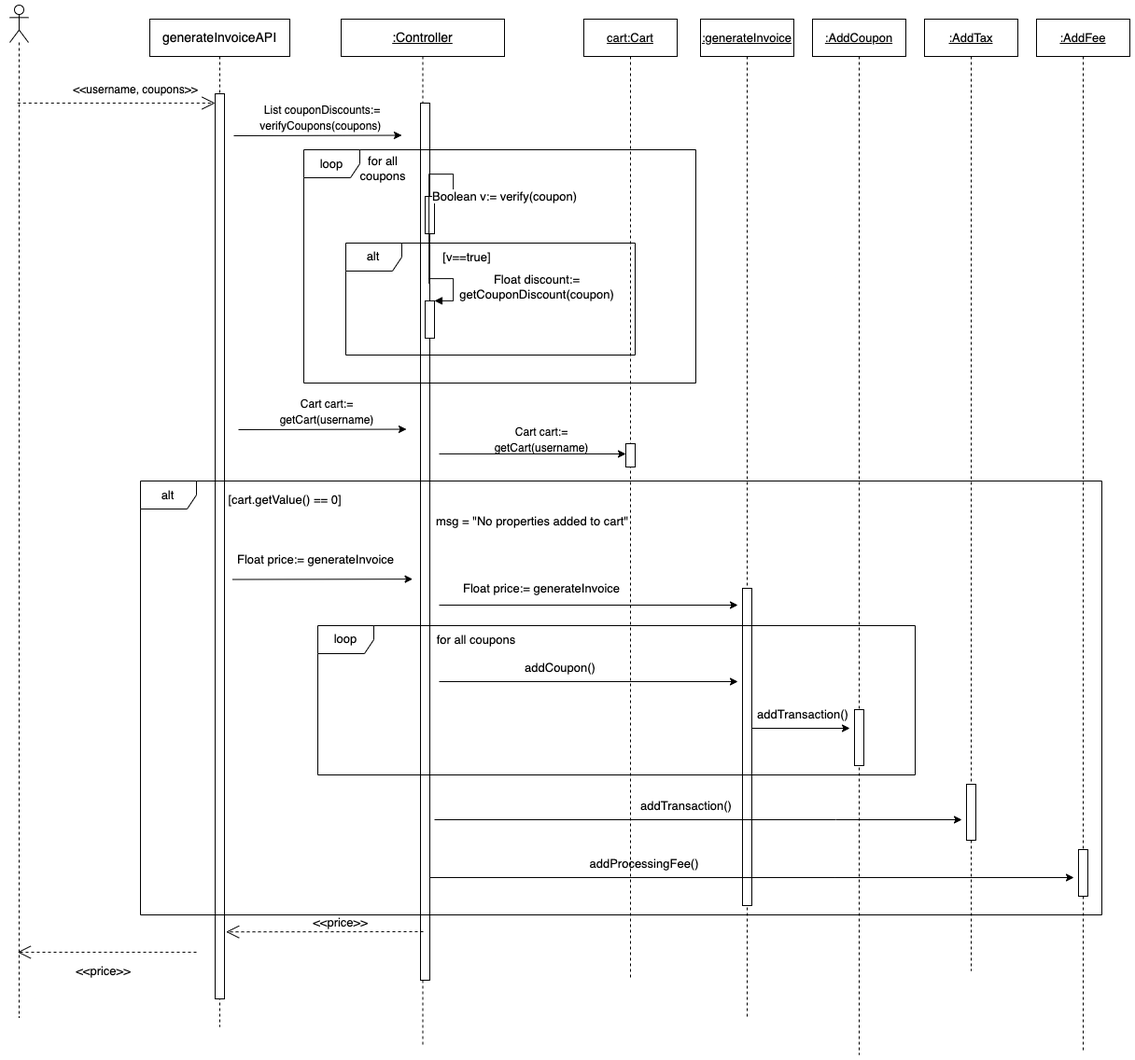
The draw.io diagram Sequence diagrams/10. Generate Invoice.png in pritika292/House-Rental-System, before a commit. Source tidied: cells renumbered, new cells last; positions are measured from the earlier drawing's top-left corner, leaving out a move shared by most shapes.
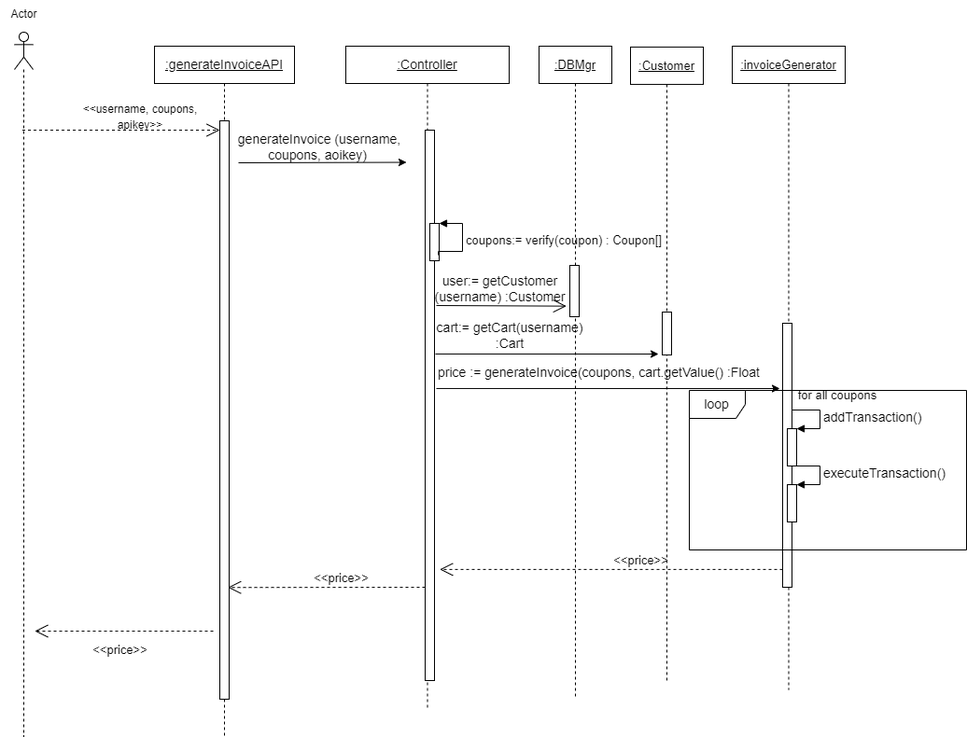
Later version of the same file.

The edit, as a diff of the source:
```diff
@@ -5,15 +5,15 @@
     <mxCell id="2" style="shape=umlLifeline;participant=umlActor;perimeter=lifelinePerimeter;whiteSpace=wrap;html=1;verticalAlign=top;spacingTop=36;outlineConnect=0;fontSize=14;" parent="1" vertex="1">
-      <mxGeometry width="20" height="1085" as="geometry" />
+      <mxGeometry width="20" height="755" as="geometry" />
     </mxCell>
-    <mxCell id="3" value="generateInvoiceAPI" style="shape=umlLifeline;perimeter=lifelinePerimeter;whiteSpace=wrap;html=1;fontSize=14;" parent="1" vertex="1">
-      <mxGeometry x="150" y="15" width="150" height="1080" as="geometry" />
+    <mxCell id="3" value="&lt;u&gt;:generateInvoiceAPI&lt;/u&gt;" style="shape=umlLifeline;perimeter=lifelinePerimeter;whiteSpace=wrap;html=1;fontSize=14;" parent="1" vertex="1">
+      <mxGeometry x="150" y="15" width="150" height="740" as="geometry" />
     </mxCell>
     <mxCell id="4" style="html=1;points=[];perimeter=orthogonalPerimeter;fontSize=14;" parent="3" vertex="1">
-      <mxGeometry x="70" y="80" width="10" height="970" as="geometry" />
+      <mxGeometry x="70" y="80" width="10" height="620" as="geometry" />
     </mxCell>
     <mxCell id="5" value="&lt;u&gt;:Controller&lt;/u&gt;" style="shape=umlLifeline;perimeter=lifelinePerimeter;whiteSpace=wrap;html=1;fontSize=14;" parent="1" vertex="1">
-      <mxGeometry x="355" y="15" width="175" height="1100" as="geometry" />
+      <mxGeometry x="355" y="15" width="175" height="710" as="geometry" />
     </mxCell>
     <mxCell id="6" style="html=1;points=[];perimeter=orthogonalPerimeter;fontFamily=Helvetica;fontSize=12;fontColor=default;align=center;strokeColor=default;fillColor=default;" parent="5" vertex="1">
-      <mxGeometry x="85" y="90" width="10" height="940" as="geometry" />
+      <mxGeometry x="85" y="90" width="10" height="590" as="geometry" />
     </mxCell>
@@ -22,7 +22,8 @@
     </mxCell>
-    <mxCell id="8" value="Boolean v:= verify(coupon)" style="edgeStyle=orthogonalEdgeStyle;html=1;align=left;spacingLeft=2;endArrow=block;rounded=0;entryX=1;entryY=0;fontSize=13;exitX=0.913;exitY=0.206;exitDx=0;exitDy=0;exitPerimeter=0;" parent="5" edge="1" source="6" target="7">
+    <mxCell id="8" value="coupons:= verify(coupon) : Coupon[]" style="edgeStyle=orthogonalEdgeStyle;html=1;align=left;spacingLeft=2;endArrow=block;rounded=0;entryX=1;entryY=0;fontSize=13;exitX=0.919;exitY=0.848;exitDx=0;exitDy=0;exitPerimeter=0;" parent="5" edge="1" source="7" target="7">
       <mxGeometry relative="1" as="geometry">
         <Array as="points">
-          <mxPoint x="120" y="166" />
-          <mxPoint x="120" y="190" />
+          <mxPoint x="99" y="220" />
+          <mxPoint x="125" y="220" />
+          <mxPoint x="125" y="190" />
         </Array>
@@ -30,8 +31,14 @@
     </mxCell>
-    <mxCell id="9" value="loop" style="shape=umlFrame;whiteSpace=wrap;html=1;fontSize=13;" parent="5" vertex="1">
-      <mxGeometry x="-40" y="140" width="420" height="250" as="geometry" />
-    </mxCell>
-    <mxCell id="10" value="for all coupons" style="text;html=1;strokeColor=none;fillColor=none;align=center;verticalAlign=middle;whiteSpace=wrap;rounded=0;fontSize=13;" parent="5" vertex="1">
-      <mxGeometry x="10" y="140" width="70" height="40" as="geometry" />
-    </mxCell>
+    <mxCell id="53" style="endArrow=open;endFill=1;endSize=12;html=1;rounded=0;fontSize=14;entryX=0.962;entryY=1.113;entryDx=0;entryDy=0;entryPerimeter=0;" parent="5" edge="1">
+      <mxGeometry relative="1" as="geometry">
+        <mxPoint x="97" y="278" as="sourcePoint" />
+        <mxPoint x="236.3" y="278.6" as="targetPoint" />
+      </mxGeometry>
+    </mxCell>
+    <mxCell id="49" value="&amp;lt;&amp;lt;price&amp;gt;&amp;gt;" style="endArrow=open;endSize=12;dashed=1;html=1;rounded=0;fontSize=13;entryX=1.169;entryY=0.926;entryDx=0;entryDy=0;entryPerimeter=0;" parent="5" edge="1">
+      <mxGeometry x="-0.16" y="-10" relative="1" as="geometry">
+        <mxPoint x="85" y="580" as="sourcePoint" />
+        <mxPoint x="-126.3" y="580.2" as="targetPoint" />
+      </mxGeometry>
+    </mxCell>
     <mxCell id="11" style="endArrow=open;endSize=12;dashed=1;html=1;rounded=0;fontSize=14;" parent="1" edge="1" source="2">
@@ -41,3 +48,3 @@
     </mxCell>
-    <mxCell id="12" value="&lt;font style=&quot;font-size: 12px;&quot;&gt;&amp;lt;&amp;lt;username, coupons&amp;gt;&amp;gt;&lt;/font&gt;" style="text;html=1;strokeColor=none;fillColor=none;align=center;verticalAlign=middle;whiteSpace=wrap;rounded=0;fontSize=14;" parent="1" vertex="1">
+    <mxCell id="12" value="&lt;font style=&quot;font-size: 12px;&quot;&gt;&amp;lt;&amp;lt;username, coupons, apikey&amp;gt;&amp;gt;&lt;/font&gt;" style="text;html=1;strokeColor=none;fillColor=none;align=center;verticalAlign=middle;whiteSpace=wrap;rounded=0;fontSize=14;" parent="1" vertex="1">
       <mxGeometry x="60" y="65" width="150" height="50" as="geometry" />
@@ -50,158 +57,86 @@
     </mxCell>
-    <mxCell id="14" value="&lt;font style=&quot;font-size: 12px;&quot;&gt;List couponDiscounts:= verifyCoupons(coupons)&amp;nbsp;&lt;/font&gt;" style="text;html=1;strokeColor=none;fillColor=none;align=center;verticalAlign=middle;whiteSpace=wrap;rounded=0;fontSize=14;" parent="1" vertex="1">
-      <mxGeometry x="260" y="110" width="150" height="20" as="geometry" />
+    <mxCell id="14" value="&lt;font style=&quot;font-size: 14px;&quot;&gt;generateInvoice (username, coupons, aoikey)&amp;nbsp;&lt;/font&gt;" style="text;html=1;strokeColor=none;fillColor=none;align=center;verticalAlign=middle;whiteSpace=wrap;rounded=0;fontSize=14;" parent="1" vertex="1">
+      <mxGeometry x="232" y="113" width="190" height="20" as="geometry" />
     </mxCell>
-    <mxCell id="15" value="alt" style="shape=umlFrame;whiteSpace=wrap;html=1;fontSize=13;" parent="1" vertex="1">
-      <mxGeometry x="360" y="255" width="310" height="120" as="geometry" />
-    </mxCell>
-    <mxCell id="16" value="[v==true]" style="text;html=1;strokeColor=none;fillColor=none;align=center;verticalAlign=middle;whiteSpace=wrap;rounded=0;fontSize=13;" parent="1" vertex="1">
-      <mxGeometry x="460" y="255" width="60" height="30" as="geometry" />
-    </mxCell>
-    <mxCell id="17" style="html=1;points=[];perimeter=orthogonalPerimeter;fontSize=13;" parent="1" vertex="1">
-      <mxGeometry x="445" y="316.9" width="10" height="40" as="geometry" />
-    </mxCell>
-    <mxCell id="18" style="edgeStyle=orthogonalEdgeStyle;html=1;align=left;spacingLeft=2;endArrow=block;rounded=0;entryX=1;entryY=0;fontSize=13;exitX=0.913;exitY=0.206;exitDx=0;exitDy=0;exitPerimeter=0;" parent="1" edge="1" target="17">
-      <mxGeometry relative="1" as="geometry">
-        <mxPoint x="449.1" y="293.1" as="sourcePoint" />
-        <Array as="points">
-          <mxPoint x="475" y="292.9" />
-          <mxPoint x="475" y="316.9" />
-        </Array>
-      </mxGeometry>
-    </mxCell>
-    <mxCell id="19" value="&lt;span style=&quot;text-align: left; background-color: rgb(255, 255, 255);&quot;&gt;Float discount:= getCouponDiscount(coupon)&lt;/span&gt;" style="text;html=1;strokeColor=none;fillColor=none;align=center;verticalAlign=middle;whiteSpace=wrap;rounded=0;fontSize=13;" parent="1" vertex="1">
-      <mxGeometry x="500" y="286.9" width="130" height="30" as="geometry" />
-    </mxCell>
-    <mxCell id="20" style="endArrow=classic;html=1;rounded=0;fontSize=12;" parent="1" edge="1">
-      <mxGeometry relative="1" as="geometry">
-        <mxPoint x="245" y="455" as="sourcePoint" />
-        <mxPoint x="425" y="454.5" as="targetPoint" />
-      </mxGeometry>
-    </mxCell>
-    <mxCell id="21" value="&lt;span style=&quot;font-size: 12px;&quot;&gt;Cart cart:= getCart(username)&lt;/span&gt;" style="text;html=1;strokeColor=none;fillColor=none;align=center;verticalAlign=middle;whiteSpace=wrap;rounded=0;fontSize=14;" parent="1" vertex="1">
-      <mxGeometry x="265" y="425" width="150" height="20" as="geometry" />
-    </mxCell>
-    <mxCell id="22" value="&lt;u&gt;cart:Cart&lt;/u&gt;" style="shape=umlLifeline;perimeter=lifelinePerimeter;whiteSpace=wrap;html=1;fontSize=13;" parent="1" vertex="1">
-      <mxGeometry x="615" y="15" width="100" height="1028.1" as="geometry" />
+    <mxCell id="22" value="&lt;u&gt;:DBMgr&lt;/u&gt;" style="shape=umlLifeline;perimeter=lifelinePerimeter;whiteSpace=wrap;html=1;fontSize=13;" parent="1" vertex="1">
+      <mxGeometry x="562" y="15" width="78" height="700" as="geometry" />
     </mxCell>
-    <mxCell id="23" style="html=1;perimeter=orthogonalPerimeter;fontSize=13;" parent="22" vertex="1">
-      <mxGeometry x="45" y="455" width="10" height="25" as="geometry" />
-    </mxCell>
+    <mxCell id="54" style="html=1;perimeter=orthogonalPerimeter;fontSize=14;" parent="22" vertex="1">
+      <mxGeometry x="33" y="235" width="10" height="55" as="geometry" />
+    </mxCell>
+    <mxCell id="55" value="&amp;lt;&amp;lt;price&amp;gt;&amp;gt;" style="endArrow=open;endSize=12;dashed=1;html=1;rounded=0;fontSize=13;entryX=1.169;entryY=0.926;entryDx=0;entryDy=0;entryPerimeter=0;" parent="22" edge="1" source="29">
+      <mxGeometry x="-0.16" y="-10" relative="1" as="geometry">
+        <mxPoint x="-106.3" y="560.9" as="targetPoint" />
+      </mxGeometry>
+    </mxCell>
     <mxCell id="24" style="endArrow=classic;html=1;rounded=0;fontSize=12;" parent="1" edge="1">
       <mxGeometry relative="1" as="geometry">
-        <mxPoint x="460" y="481" as="sourcePoint" />
-        <mxPoint x="660" y="481" as="targetPoint" />
+        <mxPoint x="451" y="345" as="sourcePoint" />
+        <mxPoint x="690" y="345" as="targetPoint" />
       </mxGeometry>
     </mxCell>
-    <mxCell id="25" value="&lt;span style=&quot;font-size: 12px;&quot;&gt;Cart cart:= getCart(username)&lt;/span&gt;" style="text;html=1;strokeColor=none;fillColor=none;align=center;verticalAlign=middle;whiteSpace=wrap;rounded=0;fontSize=14;" parent="1" vertex="1">
-      <mxGeometry x="490" y="455" width="160" height="20" as="geometry" />
+    <mxCell id="25" value="&lt;font style=&quot;font-size: 14px;&quot;&gt;cart:= getCart(username) :Cart&lt;/font&gt;" style="text;html=1;strokeColor=none;fillColor=none;align=center;verticalAlign=middle;whiteSpace=wrap;rounded=0;fontSize=14;" parent="1" vertex="1">
+      <mxGeometry x="451" y="315" width="160" height="20" as="geometry" />
     </mxCell>
-    <mxCell id="26" value="alt" style="shape=umlFrame;whiteSpace=wrap;html=1;fontSize=13;" parent="1" vertex="1">
-      <mxGeometry x="140" y="510" width="1030" height="465" as="geometry" />
-    </mxCell>
-    <mxCell id="27" value="[cart.getValue() == 0]" style="text;html=1;strokeColor=none;fillColor=none;align=center;verticalAlign=middle;whiteSpace=wrap;rounded=0;fontSize=13;" parent="1" vertex="1">
-      <mxGeometry x="220" y="515" width="150" height="30" as="geometry" />
-    </mxCell>
-    <mxCell id="28" value="msg = &quot;No properties added to cart&quot;" style="text;html=1;strokeColor=none;fillColor=none;align=center;verticalAlign=middle;whiteSpace=wrap;rounded=0;fontSize=13;" parent="1" vertex="1">
-      <mxGeometry x="440" y="537.5" width="240" height="30" as="geometry" />
-    </mxCell>
-    <mxCell id="29" value="&lt;u&gt;:generateInvoice&lt;/u&gt;" style="shape=umlLifeline;perimeter=lifelinePerimeter;whiteSpace=wrap;html=1;outlineConnect=0;fontSize=13;" parent="1" vertex="1">
-      <mxGeometry x="740" y="15" width="100" height="1070" as="geometry" />
+    <mxCell id="29" value="&lt;u&gt;:invoiceGenerator&lt;/u&gt;" style="shape=umlLifeline;perimeter=lifelinePerimeter;whiteSpace=wrap;html=1;outlineConnect=0;fontSize=13;" parent="1" vertex="1">
+      <mxGeometry x="769" y="15" width="121" height="690" as="geometry" />
     </mxCell>
     <mxCell id="30" style="html=1;points=[];perimeter=orthogonalPerimeter;fontSize=13;" parent="29" vertex="1">
-      <mxGeometry x="45" y="610" width="10" height="340" as="geometry" />
+      <mxGeometry x="54" y="297" width="10" height="283" as="geometry" />
     </mxCell>
-    <mxCell id="31" value="&lt;u&gt;:AddCoupon&lt;/u&gt;" style="shape=umlLifeline;perimeter=lifelinePerimeter;whiteSpace=wrap;html=1;fontSize=13;" parent="1" vertex="1">
-      <mxGeometry x="860" y="15" width="100" height="1110" as="geometry" />
-    </mxCell>
-    <mxCell id="32" style="html=1;perimeter=orthogonalPerimeter;fontSize=13;" parent="31" vertex="1">
-      <mxGeometry x="45" y="740" width="10" height="60" as="geometry" />
-    </mxCell>
-    <mxCell id="33" style="endArrow=classic;html=1;rounded=0;fontSize=13;" parent="31" edge="1">
-      <mxGeometry relative="1" as="geometry">
-        <mxPoint x="-410" y="920" as="sourcePoint" />
-        <mxPoint x="280" y="920" as="targetPoint" />
-        <Array as="points">
-          <mxPoint x="23.5" y="920" />
-        </Array>
-      </mxGeometry>
-    </mxCell>
-    <mxCell id="34" value="&lt;u&gt;:AddTax&lt;/u&gt;" style="shape=umlLifeline;perimeter=lifelinePerimeter;whiteSpace=wrap;html=1;fontSize=13;" parent="1" vertex="1">
-      <mxGeometry x="980" y="15" width="100" height="1020" as="geometry" />
-    </mxCell>
-    <mxCell id="35" style="html=1;perimeter=orthogonalPerimeter;fontSize=13;" parent="34" vertex="1">
-      <mxGeometry x="45" y="820" width="10" height="60" as="geometry" />
-    </mxCell>
-    <mxCell id="36" style="endArrow=classic;html=1;rounded=0;fontSize=12;entryX=-0.686;entryY=0.696;entryDx=0;entryDy=0;entryPerimeter=0;" parent="1" edge="1">
-      <mxGeometry relative="1" as="geometry">
-        <mxPoint x="238.4" y="615.5" as="sourcePoint" />
-        <mxPoint x="431.6" y="615.2" as="targetPoint" />
-      </mxGeometry>
-    </mxCell>
-    <mxCell id="37" value="Float price:= generateInvoice" style="text;html=1;strokeColor=none;fillColor=none;align=center;verticalAlign=middle;whiteSpace=wrap;rounded=0;fontSize=13;" parent="1" vertex="1">
-      <mxGeometry x="238.4" y="578.5" width="180" height="30" as="geometry" />
-    </mxCell>
-    <mxCell id="38" style="endArrow=classic;html=1;rounded=0;fontSize=12;" parent="1" edge="1">
-      <mxGeometry relative="1" as="geometry">
-        <mxPoint x="460" y="643" as="sourcePoint" />
-        <mxPoint x="780" y="643" as="targetPoint" />
-      </mxGeometry>
-    </mxCell>
-    <mxCell id="39" value="Float price:= generateInvoice" style="text;html=1;strokeColor=none;fillColor=none;align=center;verticalAlign=middle;whiteSpace=wrap;rounded=0;fontSize=13;" parent="1" vertex="1">
-      <mxGeometry x="480" y="610" width="180" height="30" as="geometry" />
-    </mxCell>
-    <mxCell id="40" style="endArrow=classic;html=1;rounded=0;fontSize=13;" parent="1" edge="1" source="30">
-      <mxGeometry relative="1" as="geometry">
-        <mxPoint x="900" y="775" as="targetPoint" />
-      </mxGeometry>
-    </mxCell>
-    <mxCell id="41" value="loop" style="shape=umlFrame;whiteSpace=wrap;html=1;fontSize=13;" parent="1" vertex="1">
-      <mxGeometry x="330" y="665" width="640" height="160" as="geometry" />
-    </mxCell>
+    <mxCell id="56" style="html=1;points=[];perimeter=orthogonalPerimeter;fontSize=14;" parent="29" vertex="1">
+      <mxGeometry x="59" y="410" width="10" height="40" as="geometry" />
+    </mxCell>
+    <mxCell id="57" value="addTransaction()" style="edgeStyle=orthogonalEdgeStyle;html=1;align=left;spacingLeft=2;endArrow=block;rounded=0;entryX=1;entryY=0;fontSize=14;" parent="29" edge="1" target="56">
+      <mxGeometry relative="1" as="geometry">
+        <mxPoint x="64" y="390" as="sourcePoint" />
+        <Array as="points">
+          <mxPoint x="94" y="390" />
+        </Array>
+      </mxGeometry>
+    </mxCell>
+    <mxCell id="58" style="html=1;points=[];perimeter=orthogonalPerimeter;fontSize=14;" parent="29" vertex="1">
+      <mxGeometry x="59" y="470" width="10" height="40" as="geometry" />
+    </mxCell>
+    <mxCell id="59" value="executeTransaction()" style="edgeStyle=orthogonalEdgeStyle;html=1;align=left;spacingLeft=2;endArrow=block;rounded=0;entryX=1;entryY=0;fontSize=14;" parent="29" edge="1" target="58">
+      <mxGeometry relative="1" as="geometry">
+        <mxPoint x="64" y="450" as="sourcePoint" />
+        <Array as="points">
+          <mxPoint x="94" y="450" />
+        </Array>
+      </mxGeometry>
+    </mxCell>
     <mxCell id="42" value="for all coupons" style="text;html=1;strokeColor=none;fillColor=none;align=center;verticalAlign=middle;whiteSpace=wrap;rounded=0;fontSize=13;" parent="1" vertex="1">
-      <mxGeometry x="455" y="665" width="90" height="30" as="geometry" />
+      <mxGeometry x="837" y="374" width="90" height="30" as="geometry" />
     </mxCell>
-    <mxCell id="43" value="addTransaction()" style="text;html=1;strokeColor=none;fillColor=none;align=center;verticalAlign=middle;whiteSpace=wrap;rounded=0;fontSize=13;" parent="1" vertex="1">
-      <mxGeometry x="635" y="843" width="180" height="30" as="geometry" />
-    </mxCell>
-    <mxCell id="44" style="endArrow=classic;html=1;rounded=0;fontSize=13;" parent="1" edge="1">
-      <mxGeometry relative="1" as="geometry">
-        <mxPoint x="455" y="873" as="sourcePoint" />
-        <mxPoint x="1020" y="873" as="targetPoint" />
-        <Array as="points">
-          <mxPoint x="885" y="873" />
-        </Array>
-      </mxGeometry>
-    </mxCell>
-    <mxCell id="45" value="addTransaction()" style="text;html=1;strokeColor=none;fillColor=none;align=center;verticalAlign=middle;whiteSpace=wrap;rounded=0;fontSize=13;" parent="1" vertex="1">
-      <mxGeometry x="760" y="745" width="180" height="30" as="geometry" />
-    </mxCell>
-    <mxCell id="46" value="addProcessingFee()" style="text;html=1;strokeColor=none;fillColor=none;align=center;verticalAlign=middle;whiteSpace=wrap;rounded=0;fontSize=13;" parent="1" vertex="1">
-      <mxGeometry x="590" y="905" width="180" height="30" as="geometry" />
-    </mxCell>
-    <mxCell id="47" value="&lt;u&gt;:AddFee&lt;/u&gt;" style="shape=umlLifeline;perimeter=lifelinePerimeter;whiteSpace=wrap;html=1;fontSize=13;" parent="1" vertex="1">
-      <mxGeometry x="1100" y="15" width="100" height="1105" as="geometry" />
-    </mxCell>
-    <mxCell id="48" style="html=1;perimeter=orthogonalPerimeter;fontSize=13;" parent="47" vertex="1">
-      <mxGeometry x="45" y="890" width="10" height="50" as="geometry" />
-    </mxCell>
-    <mxCell id="49" value="&amp;lt;&amp;lt;price&amp;gt;&amp;gt;" style="endArrow=open;endSize=12;dashed=1;html=1;rounded=0;fontSize=13;entryX=1.169;entryY=0.926;entryDx=0;entryDy=0;entryPerimeter=0;" parent="1" edge="1" target="4">
-      <mxGeometry x="-0.16" y="-10" relative="1" as="geometry">
-        <mxPoint x="443" y="993" as="sourcePoint" />
-      </mxGeometry>
-    </mxCell>
-    <mxCell id="50" style="endArrow=classic;html=1;rounded=0;fontSize=12;" parent="1" edge="1">
-      <mxGeometry relative="1" as="geometry">
-        <mxPoint x="460" y="725" as="sourcePoint" />
-        <mxPoint x="780" y="725" as="targetPoint" />
-      </mxGeometry>
-    </mxCell>
-    <mxCell id="51" value="addCoupon()" style="text;html=1;strokeColor=none;fillColor=none;align=center;verticalAlign=middle;whiteSpace=wrap;rounded=0;fontSize=13;" parent="1" vertex="1">
-      <mxGeometry x="500" y="695" width="180" height="30" as="geometry" />
-    </mxCell>
-    <mxCell id="52" value="&amp;lt;&amp;lt;price&amp;gt;&amp;gt;" style="endArrow=open;endSize=12;dashed=1;html=1;rounded=0;fontSize=13;" parent="1" edge="1" target="2">
+    <mxCell id="52" value="&amp;lt;&amp;lt;price&amp;gt;&amp;gt;" style="endArrow=open;endSize=12;dashed=1;html=1;rounded=0;fontSize=13;" parent="1" edge="1">
       <mxGeometry x="0.05" y="20" relative="1" as="geometry">
-        <mxPoint x="200" y="1015" as="sourcePoint" />
+        <mxPoint x="213" y="642" as="sourcePoint" />
+        <mxPoint x="21.8" y="642" as="targetPoint" />
       </mxGeometry>
     </mxCell>
+    <mxCell id="60" value="Actor" style="text;html=1;align=center;verticalAlign=middle;strokeColor=none;fillColor=none;" parent="1" vertex="1">
+      <mxGeometry x="-15" y="-34" width="50" height="30" as="geometry" />
+    </mxCell>
+    <mxCell id="61" value="user:= getCustomer&lt;br&gt;(username) :Customer" style="text;html=1;align=center;verticalAlign=middle;strokeColor=none;fillColor=none;fontSize=14;" parent="1" vertex="1">
+      <mxGeometry x="440" y="250" width="160" height="50" as="geometry" />
+    </mxCell>
+    <mxCell id="62" value="&lt;u&gt;:Customer&lt;/u&gt;" style="shape=umlLifeline;perimeter=lifelinePerimeter;whiteSpace=wrap;html=1;fontSize=13;" parent="1" vertex="1">
+      <mxGeometry x="660" y="15.9" width="78" height="679" as="geometry" />
+    </mxCell>
+    <mxCell id="63" style="html=1;perimeter=orthogonalPerimeter;fontSize=13;" parent="62" vertex="1">
+      <mxGeometry x="34" y="284.1" width="10" height="46" as="geometry" />
+    </mxCell>
+    <mxCell id="64" style="endArrow=classic;html=1;rounded=0;fontSize=12;" parent="1" edge="1">
+      <mxGeometry relative="1" as="geometry">
+        <mxPoint x="452" y="382" as="sourcePoint" />
+        <mxPoint x="820" y="382" as="targetPoint" />
+      </mxGeometry>
+    </mxCell>
+    <mxCell id="65" value="price := generateInvoice(coupons, cart.getValue() :Float" style="text;html=1;align=center;verticalAlign=middle;strokeColor=none;fillColor=none;fontSize=14;" parent="1" vertex="1">
+      <mxGeometry x="441" y="350" width="370" height="30" as="geometry" />
+    </mxCell>
+    <mxCell id="66" value="loop" style="shape=umlFrame;whiteSpace=wrap;html=1;fontSize=14;" parent="1" vertex="1">
+      <mxGeometry x="723" y="384" width="297" height="171" as="geometry" />
+    </mxCell>
   </root>
```
